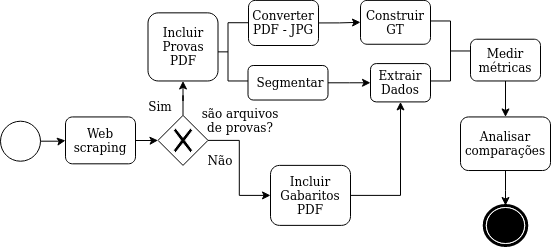
Above: Untitled Diagram.png in karinawie/process-diagram (draw.io), before the change. Source tidied: cells renumbered, new cells last; positions are measured from the earlier drawing's top-left corner, leaving out a move shared by most shapes.
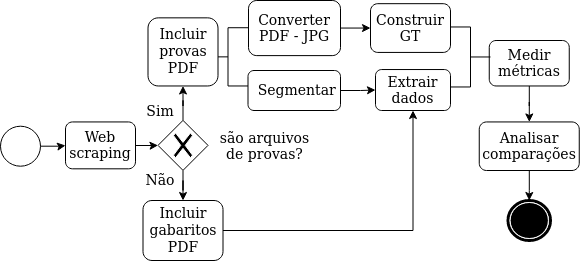
Above is the later version.

Change to the diagram source:
```diff
@@ -5,20 +5,20 @@
     <mxCell id="2" style="edgeStyle=orthogonalEdgeStyle;rounded=0;jettySize=auto;html=1;" parent="1" edge="1" source="3" target="19">
       <mxGeometry relative="1" as="geometry" />
     </mxCell>
-    <mxCell id="3" value="&lt;font style=&quot;font-size: 12px&quot;&gt;Web scraping&lt;/font&gt;" style="shape=ext;rounded=1;html=1;whiteSpace=wrap;" parent="1" vertex="1">
+    <mxCell id="3" value="&lt;font style=&quot;font-size: 14px&quot;&gt;Web scraping&lt;/font&gt;" style="shape=ext;rounded=1;html=1;whiteSpace=wrap;" parent="1" vertex="1">
       <mxGeometry x="65" y="116.4" width="70" height="46.9" as="geometry" />
     </mxCell>
-    <mxCell id="4" value="&lt;font style=&quot;font-size: 10px&quot;&gt;&lt;font style=&quot;font-size: 12px&quot;&gt;Extrair Dados&lt;/font&gt;&lt;br&gt;&lt;/font&gt;" style="html=1;whiteSpace=wrap;rounded=1;" parent="1" vertex="1">
-      <mxGeometry x="370" y="63.1" width="60" height="38.3" as="geometry" />
+    <mxCell id="4" value="&lt;font style=&quot;font-size: 14px&quot;&gt;&lt;font style=&quot;font-size: 14px&quot;&gt;Extrair dados&lt;/font&gt;&lt;br&gt;&lt;/font&gt;" style="html=1;whiteSpace=wrap;rounded=1;" parent="1" vertex="1">
+      <mxGeometry x="375" y="64" width="75" height="41" as="geometry" />
     </mxCell>
-    <mxCell id="5" value="&lt;font style=&quot;font-size: 12px&quot;&gt;Construir GT &lt;/font&gt;" style="html=1;whiteSpace=wrap;rounded=1;" parent="1" vertex="1">
-      <mxGeometry x="360" y="-0.1" width="70" height="43.9" as="geometry" />
+    <mxCell id="5" value="&lt;font style=&quot;font-size: 14px&quot;&gt;Construir GT &lt;/font&gt;" style="html=1;whiteSpace=wrap;rounded=1;" parent="1" vertex="1">
+      <mxGeometry x="370" y="-1.8" width="80" height="48.8" as="geometry" />
     </mxCell>
     <mxCell id="6" style="edgeStyle=orthogonalEdgeStyle;rounded=0;jettySize=auto;html=1;entryX=0;entryY=0.5;entryDx=0;entryDy=0;" parent="1" edge="1" source="7" target="4">
       <mxGeometry relative="1" as="geometry" />
     </mxCell>
-    <mxCell id="7" value="&lt;div&gt;&lt;font style=&quot;font-size: 12px&quot;&gt;&amp;nbsp;Segmentar&lt;/font&gt;&lt;/div&gt;" style="shape=ext;rounded=1;html=1;whiteSpace=wrap;" parent="1" vertex="1">
-      <mxGeometry x="247.5" y="65" width="80" height="34.5" as="geometry" />
+    <mxCell id="7" value="&lt;div&gt;&lt;font style=&quot;font-size: 14px&quot;&gt;&amp;nbsp;Segmentar&lt;/font&gt;&lt;/div&gt;" style="shape=ext;rounded=1;html=1;whiteSpace=wrap;" parent="1" vertex="1">
+      <mxGeometry x="247.5" y="65" width="92.5" height="40" as="geometry" />
     </mxCell>
     <mxCell id="8" style="html=1;shape=mxgraph.flowchart.annotation_2;align=left;labelPosition=right;" parent="1" vertex="1">
       <mxGeometry x="207.5" y="22.2" width="40" height="58.2" as="geometry" />
@@ -26,26 +26,26 @@
     <mxCell id="9" style="edgeStyle=orthogonalEdgeStyle;rounded=0;jettySize=auto;html=1;" parent="1" edge="1" source="10" target="28">
       <mxGeometry relative="1" as="geometry" />
     </mxCell>
-    <mxCell id="10" value="Medir métricas" style="html=1;whiteSpace=wrap;rounded=1;" parent="1" vertex="1">
-      <mxGeometry x="470" y="38.7" width="70" height="41.8" as="geometry" />
+    <mxCell id="10" value="&lt;font style=&quot;font-size: 14px&quot;&gt;Medir métricas&lt;/font&gt;" style="html=1;whiteSpace=wrap;rounded=1;" parent="1" vertex="1">
+      <mxGeometry x="488.8" y="35" width="80" height="45.5" as="geometry" />
     </mxCell>
     <mxCell id="11" style="edgeStyle=orthogonalEdgeStyle;rounded=0;jettySize=auto;html=1;exitX=1;exitY=0.5;exitDx=0;exitDy=0;entryX=0;entryY=0.5;entryDx=0;entryDy=0;" parent="1" edge="1" source="12" target="5">
       <mxGeometry relative="1" as="geometry" />
     </mxCell>
-    <mxCell id="12" value="&lt;font style=&quot;font-size: 12px&quot;&gt;Converter PDF - JPG&lt;/font&gt;" style="html=1;whiteSpace=wrap;rounded=1;" parent="1" vertex="1">
-      <mxGeometry x="248" y="-0.1" width="70" height="45.1" as="geometry" />
+    <mxCell id="12" value="&lt;font style=&quot;font-size: 14px&quot;&gt;Converter PDF - JPG&lt;/font&gt;" style="html=1;whiteSpace=wrap;rounded=1;" parent="1" vertex="1">
+      <mxGeometry x="248" y="-5" width="92" height="55.1" as="geometry" />
     </mxCell>
     <mxCell id="13" style="shape=mxgraph.bpmn.shape;html=1;verticalLabelPosition=bottom;labelBackgroundColor=#ffffff;verticalAlign=top;align=center;perimeter=ellipsePerimeter;outlineConnect=0;outline=end;symbol=terminate;" parent="1" vertex="1">
-      <mxGeometry x="483.8" y="205" width="42.5" height="40" as="geometry" />
+      <mxGeometry x="507.5" y="195" width="42.5" height="40" as="geometry" />
     </mxCell>
-    <mxCell id="14" value="Incluir &lt;font style=&quot;font-size: 12px&quot;&gt;Provas PDF&lt;/font&gt;" style="shape=ext;rounded=1;html=1;whiteSpace=wrap;" parent="1" vertex="1">
+    <mxCell id="14" value="&lt;font style=&quot;font-size: 14px&quot;&gt;Incluir provas PDF&lt;br&gt;&lt;/font&gt;" style="shape=ext;rounded=1;html=1;whiteSpace=wrap;" parent="1" vertex="1">
       <mxGeometry x="147.5" y="12.3" width="70" height="68.1" as="geometry" />
     </mxCell>
     <mxCell id="15" style="edgeStyle=orthogonalEdgeStyle;rounded=0;jettySize=auto;html=1;entryX=0.5;entryY=1;entryDx=0;entryDy=0;" parent="1" edge="1" source="16" target="4">
       <mxGeometry relative="1" as="geometry" />
     </mxCell>
-    <mxCell id="16" value="&lt;font style=&quot;font-size: 12px&quot;&gt;Incluir Gabaritos PDF&lt;/font&gt;" style="shape=ext;rounded=1;html=1;whiteSpace=wrap;" parent="1" vertex="1">
-      <mxGeometry x="270" y="164.9" width="80" height="60" as="geometry" />
+    <mxCell id="16" value="&lt;font style=&quot;font-size: 14px&quot;&gt;Incluir gabaritos PDF&lt;/font&gt;" style="shape=ext;rounded=1;html=1;whiteSpace=wrap;" parent="1" vertex="1">
+      <mxGeometry x="142.5" y="195" width="80" height="60" as="geometry" />
     </mxCell>
     <mxCell id="17" style="edgeStyle=orthogonalEdgeStyle;rounded=0;jettySize=auto;html=1;" parent="1" edge="1" source="19" target="14">
       <mxGeometry relative="1" as="geometry" />
@@ -56,21 +56,18 @@
     <mxCell id="19" style="shape=mxgraph.bpmn.shape;html=1;verticalLabelPosition=bottom;labelBackgroundColor=#ffffff;verticalAlign=top;align=center;perimeter=rhombusPerimeter;background=gateway;outlineConnect=0;outline=none;symbol=exclusiveGw;" parent="1" vertex="1">
       <mxGeometry x="157.5" y="114.9" width="50" height="50" as="geometry" />
     </mxCell>
-    <mxCell id="20" value="&lt;font style=&quot;font-size: 12px&quot;&gt;são arquivos de provas?&lt;/font&gt;" style="text;html=1;strokeColor=none;fillColor=none;align=center;verticalAlign=middle;whiteSpace=wrap;rounded=0;" parent="1" vertex="1">
-      <mxGeometry x="200" y="114.9" width="80" height="10" as="geometry" />
+    <mxCell id="20" value="&lt;font style=&quot;font-size: 14px&quot;&gt;são arquivos de provas?&lt;/font&gt;" style="text;html=1;strokeColor=none;fillColor=none;align=center;verticalAlign=middle;whiteSpace=wrap;rounded=0;" parent="1" vertex="1">
+      <mxGeometry x="207.5" y="135.7" width="112.5" height="10" as="geometry" />
     </mxCell>
-    <mxCell id="21" value="&lt;font style=&quot;font-size: 12px&quot;&gt;Sim&lt;/font&gt;" style="text;html=1;strokeColor=none;fillColor=none;align=center;verticalAlign=middle;whiteSpace=wrap;rounded=0;" parent="1" vertex="1">
+    <mxCell id="21" value="&lt;font style=&quot;font-size: 14px&quot;&gt;Sim&lt;/font&gt;" style="text;html=1;strokeColor=none;fillColor=none;align=center;verticalAlign=middle;whiteSpace=wrap;rounded=0;" parent="1" vertex="1">
       <mxGeometry x="140" y="96.4" width="40" height="20" as="geometry" />
     </mxCell>
-    <mxCell id="22" value="&lt;div&gt;&lt;font style=&quot;font-size: 12px&quot;&gt;Não&lt;/font&gt;&lt;/div&gt;" style="text;html=1;strokeColor=none;fillColor=none;align=center;verticalAlign=middle;whiteSpace=wrap;rounded=0;" parent="1" vertex="1">
-      <mxGeometry x="200" y="150" width="40" height="20" as="geometry" />
+    <mxCell id="22" value="&lt;div&gt;&lt;font style=&quot;font-size: 14px&quot;&gt;Não&lt;/font&gt;&lt;/div&gt;" style="text;html=1;strokeColor=none;fillColor=none;align=center;verticalAlign=middle;whiteSpace=wrap;rounded=0;" parent="1" vertex="1">
+      <mxGeometry x="140" y="165" width="40" height="20" as="geometry" />
     </mxCell>
     <mxCell id="23" style="html=1;shape=mxgraph.flowchart.annotation_2;align=left;labelPosition=right;direction=west;" parent="1" vertex="1">
-      <mxGeometry x="430" y="20.5" width="40" height="60" as="geometry" />
+      <mxGeometry x="450" y="21.5" width="40" height="60" as="geometry" />
     </mxCell>
-    <mxCell id="24" style="edgeStyle=orthogonalEdgeStyle;rounded=0;orthogonalLoop=1;jettySize=auto;html=1;exitX=0.5;exitY=1;exitDx=0;exitDy=0;" parent="1" edge="1" source="20" target="20">
-      <mxGeometry relative="1" as="geometry" />
-    </mxCell>
     <mxCell id="25" style="edgeStyle=orthogonalEdgeStyle;rounded=0;jettySize=auto;html=1;" parent="1" edge="1" source="26" target="3">
       <mxGeometry relative="1" as="geometry" />
     </mxCell>
@@ -80,8 +77,8 @@
     <mxCell id="27" style="edgeStyle=orthogonalEdgeStyle;rounded=0;jettySize=auto;html=1;" parent="1" edge="1" source="28" target="13">
       <mxGeometry relative="1" as="geometry" />
     </mxCell>
-    <mxCell id="28" value="&lt;div&gt;Analisar comparações&lt;/div&gt;" style="html=1;whiteSpace=wrap;rounded=1;" parent="1" vertex="1">
-      <mxGeometry x="460" y="116.4" width="90" height="53.6" as="geometry" />
+    <mxCell id="28" value="&lt;div&gt;&lt;font style=&quot;font-size: 14px&quot;&gt;Analisar comparações&lt;/font&gt;&lt;/div&gt;" style="html=1;whiteSpace=wrap;rounded=1;" parent="1" vertex="1">
+      <mxGeometry x="478.8" y="116.4" width="100" height="48.5" as="geometry" />
     </mxCell>
   </root>
 </mxGraphModel>
```
